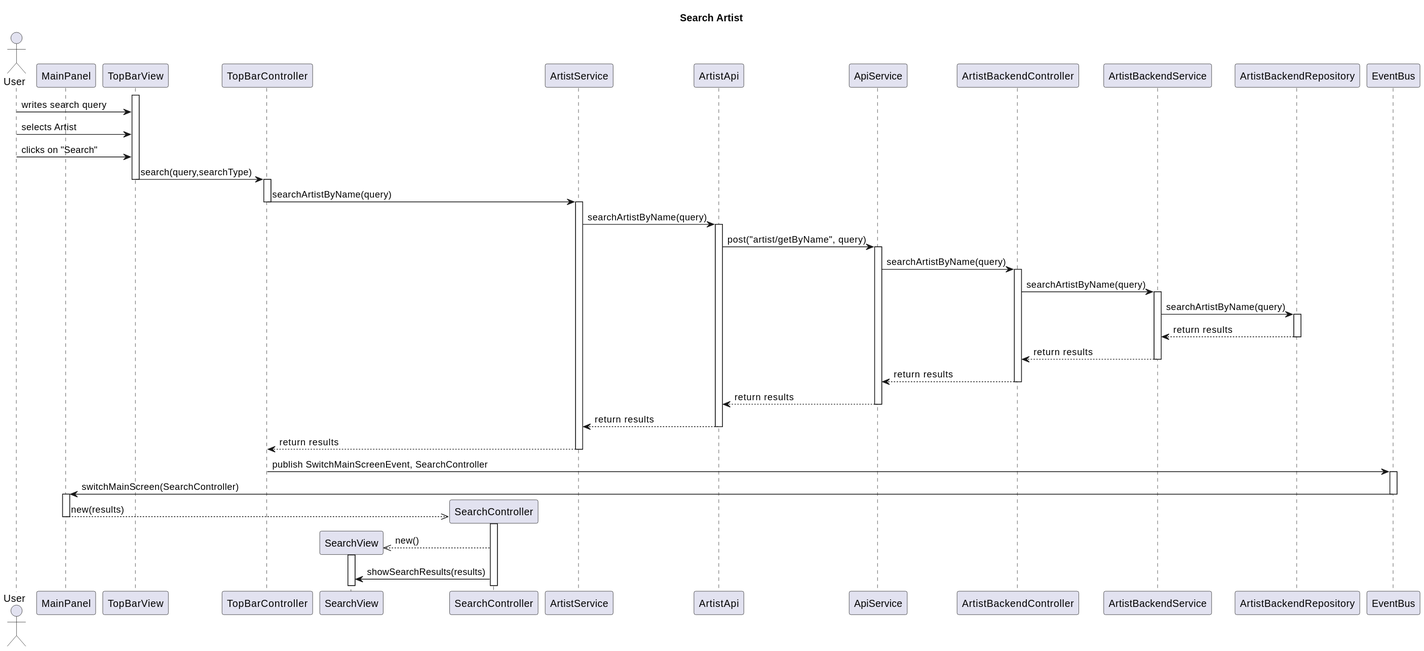
Before: Paradoteo_4/SequenceDiagrams-v0.3/SearchArtist.svg, a diagram exported from PlantUML (RubenKingCP/Tunix).
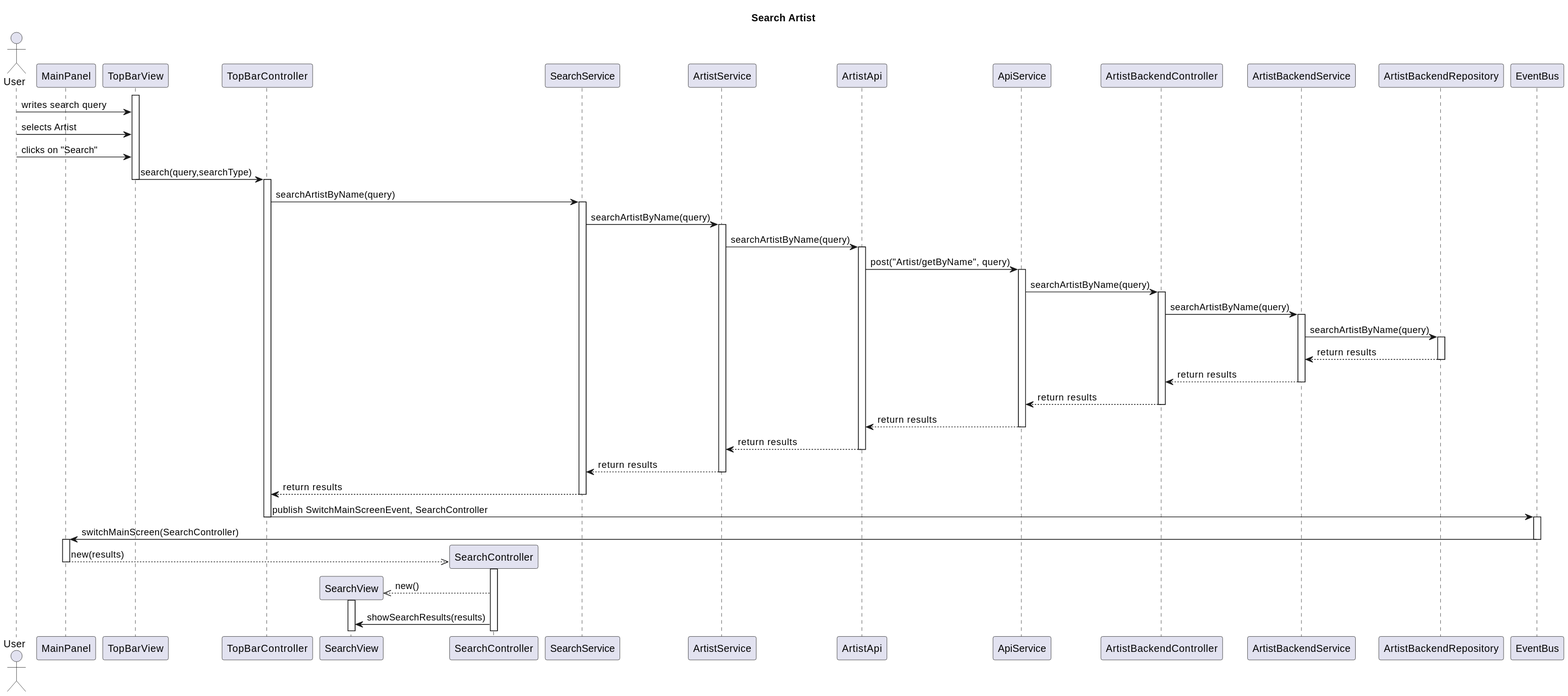
The same diagram one commit later.

Change to the diagram source:
```diff
@@ -8,6 +8,7 @@
 participant TopBarController
 participant SearchView
 participant SearchController
+participant SearchService
 participant ArtistService
 participant ArtistApi
 participant ApiService
@@ -25,12 +26,13 @@
 TopBarView -> TopBarController : search(query,searchType)
 deactivate TopBarView
 activate TopBarController
-TopBarController -> ArtistService : searchArtistByName(query)
-deactivate TopBarController
+TopBarController -> SearchService : searchArtistByName(query)
+activate SearchService
+SearchService -> ArtistService : searchArtistByName(query)
 activate ArtistService
 ArtistService -> ArtistApi : searchArtistByName(query)
 activate ArtistApi
-ArtistApi -> ApiService : post("artist/getByName", query)
+ArtistApi -> ApiService : post("Artist/getByName", query)
 activate ApiService
 ApiService -> ArtistBackendController : searchArtistByName(query)
 activate ArtistBackendController
@@ -48,9 +50,12 @@
 deactivate ApiService
 ArtistApi --> ArtistService : return results
 deactivate ArtistApi
-ArtistService --> TopBarController : return results
+ArtistService --> SearchService : return results
 deactivate ArtistService
+SearchService --> TopBarController : return results
+deactivate SearchService
 TopBarController -> EventBus : publish SwitchMainScreenEvent, SearchController
+deactivate TopBarController
 activate EventBus
 EventBus -> MainPanel : switchMainScreen(SearchController)
 deactivate EventBus
```
